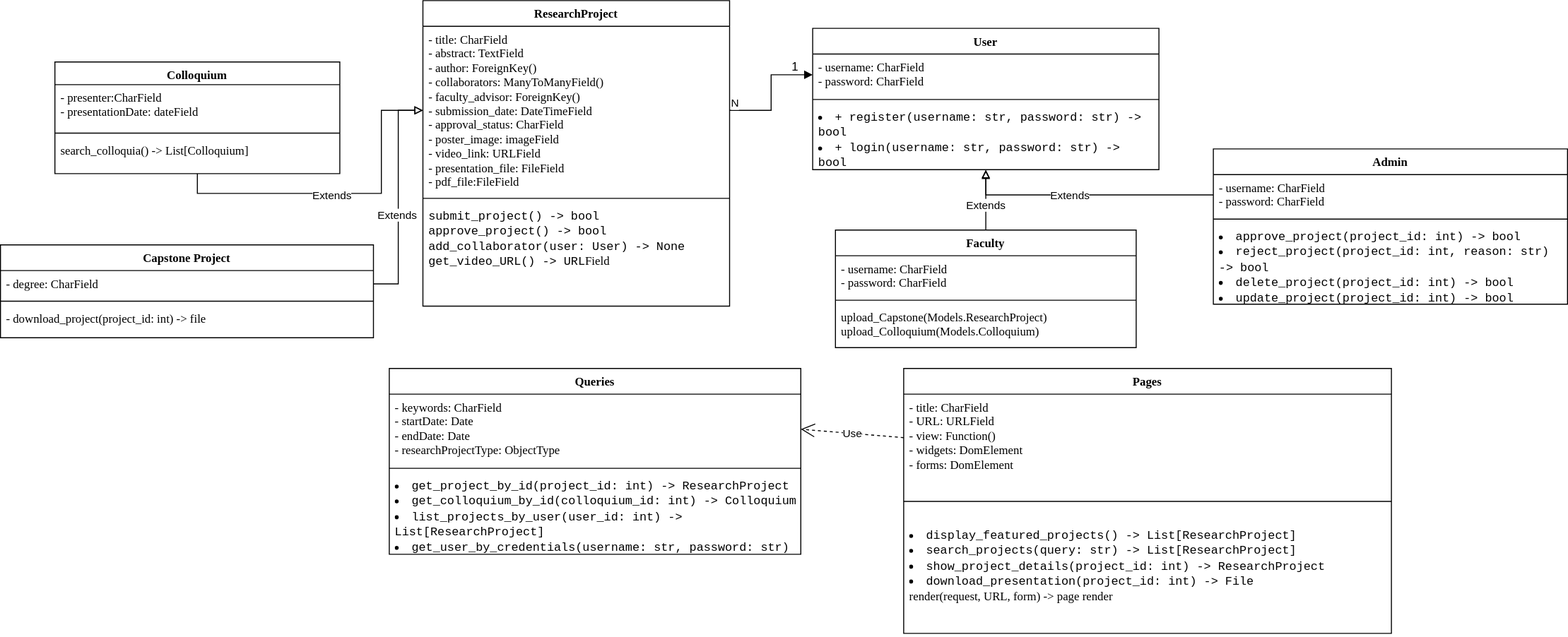
Before: deliverables/images/Analysis-UML.drawio.svg, a diagram exported from draw.io (Naalu/ds-senior-capstone-projects-website). Source tidied: cells renumbered, new cells last; positions are measured from the earlier drawing's top-left corner, leaving out a move shared by most shapes.
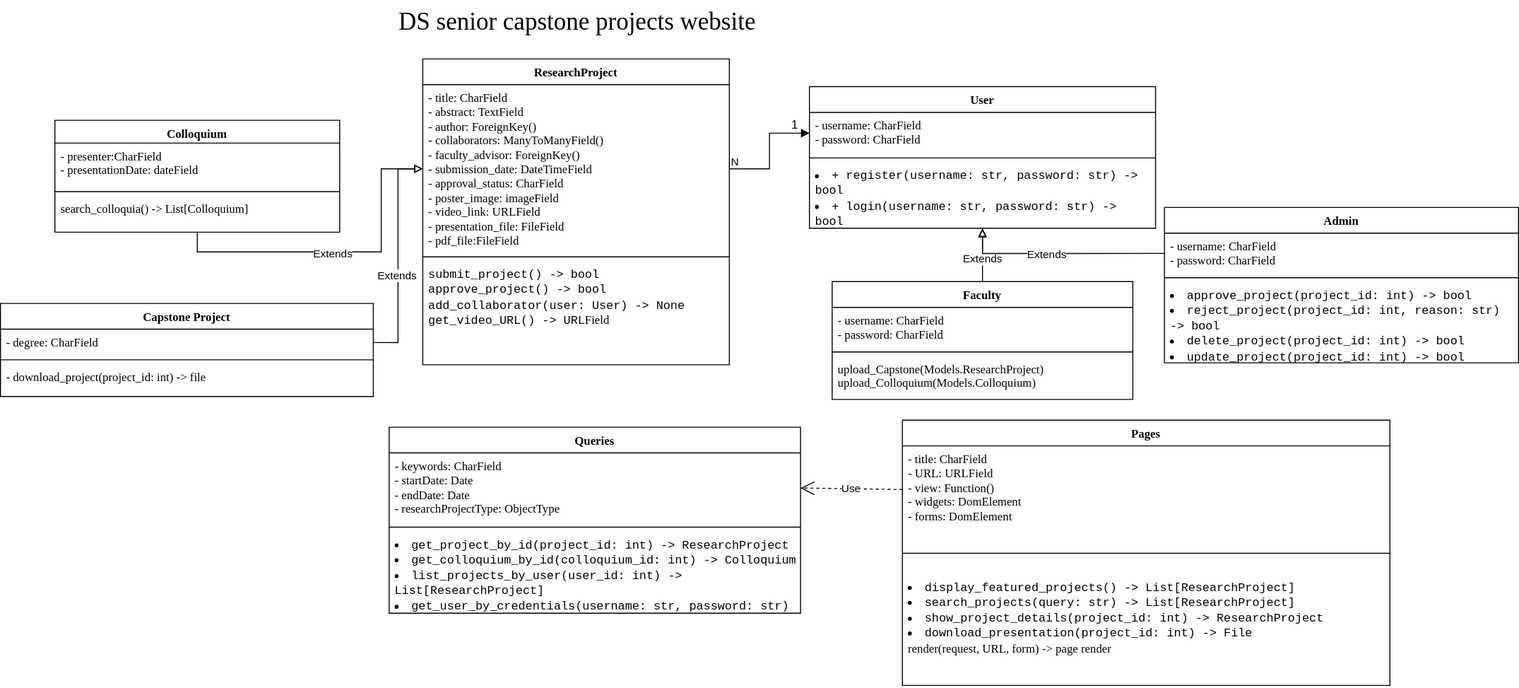
After the change.

Commit message:
UML finished

Change to the diagram source:
```diff
@@ -5,9 +5,9 @@
     <mxCell id="2" style="edgeStyle=orthogonalEdgeStyle;rounded=0;jettySize=auto;html=1;exitX=0.5;exitY=1;exitDx=0;exitDy=0;endArrow=block;endFill=0;entryX=0;entryY=0.5;entryDx=0;entryDy=0;" parent="1" edge="1" source="4" target="25">
       <mxGeometry relative="1" as="geometry" />
     </mxCell>
-    <mxCell id="3" value="Extends" style="edgeLabel;html=1;align=center;verticalAlign=middle;" parent="2" vertex="1">
-      <mxGeometry x="-0.06" y="-1" relative="1" as="geometry" />
-    </mxCell>
+    <mxCell id="46" value="Extends" style="edgeLabel;html=1;align=center;verticalAlign=middle;" parent="2" vertex="1">
+      <mxGeometry x="-0.06" y="-1" relative="1" as="geometry" />
+    </mxCell>
     <mxCell id="4" value="Colloquium" style="swimlane;fontStyle=1;align=center;verticalAlign=top;horizontal=1;startSize=23;whiteSpace=wrap;html=1;fontFamily=Lucida Console;" parent="1" vertex="1">
       <mxGeometry x="55" y="62" width="288" height="113" as="geometry" />
     </mxCell>
@@ -21,7 +21,7 @@
       <mxGeometry y="76" width="288" height="37" as="geometry" />
     </mxCell>
     <mxCell id="8" value="User" style="swimlane;fontStyle=1;align=center;verticalAlign=top;horizontal=1;startSize=26;whiteSpace=wrap;html=1;fontFamily=Lucida Console;" parent="1" vertex="1">
-      <mxGeometry x="821" y="28" width="350" height="143" as="geometry" />
+      <mxGeometry x="818" y="28" width="350" height="143" as="geometry" />
     </mxCell>
     <mxCell id="9" value="&lt;div&gt;- username: CharField&lt;/div&gt;&lt;div&gt;- password: CharField&lt;/div&gt;&lt;div&gt;&lt;br&gt;&lt;/div&gt;" style="text;strokeColor=none;fillColor=none;align=left;verticalAlign=top;spacingLeft=4;spacingRight=4;overflow=hidden;points=[[0,0.5],[1,0.5]];portConstraint=eastwest;whiteSpace=wrap;html=1;fontFamily=Lucida Console;" parent="8" vertex="1">
       <mxGeometry y="26" width="350" height="42" as="geometry" />
@@ -35,11 +35,11 @@
     <mxCell id="12" style="edgeStyle=orthogonalEdgeStyle;rounded=0;jettySize=auto;html=1;exitX=0.5;exitY=0;exitDx=0;exitDy=0;entryX=0.5;entryY=1;entryDx=0;entryDy=0;endArrow=block;endFill=0;" parent="1" edge="1" source="14" target="8">
       <mxGeometry relative="1" as="geometry" />
     </mxCell>
-    <mxCell id="13" value="Extends" style="edgeLabel;html=1;align=center;verticalAlign=middle;" parent="12" vertex="1">
-      <mxGeometry x="-0.13" y="1" relative="1" as="geometry" />
-    </mxCell>
+    <mxCell id="47" value="Extends" style="edgeLabel;html=1;align=center;verticalAlign=middle;" parent="12" vertex="1">
+      <mxGeometry x="-0.13" y="1" relative="1" as="geometry" />
+    </mxCell>
     <mxCell id="14" value="Faculty" style="swimlane;fontStyle=1;align=center;verticalAlign=top;horizontal=1;startSize=26;whiteSpace=wrap;html=1;fontFamily=Lucida Console;" parent="1" vertex="1">
-      <mxGeometry x="844" y="232" width="304" height="119" as="geometry" />
+      <mxGeometry x="841" y="225" width="304" height="119" as="geometry" />
     </mxCell>
     <mxCell id="15" value="&lt;div&gt;- username: CharField&lt;/div&gt;&lt;div&gt;- password: CharField&lt;/div&gt;" style="text;strokeColor=none;fillColor=none;align=left;verticalAlign=top;spacingLeft=4;spacingRight=4;overflow=hidden;whiteSpace=wrap;html=1;fontFamily=Lucida Console;" parent="14" vertex="1">
       <mxGeometry y="26" width="304" height="41" as="geometry" />
@@ -53,11 +53,11 @@
     <mxCell id="18" style="edgeStyle=orthogonalEdgeStyle;rounded=0;jettySize=auto;html=1;exitX=0;exitY=0.5;exitDx=0;exitDy=0;entryX=0.5;entryY=1.012;entryDx=0;entryDy=0;entryPerimeter=0;endArrow=block;endFill=0;" parent="1" edge="1" source="21" target="11">
       <mxGeometry relative="1" as="geometry" />
     </mxCell>
-    <mxCell id="19" value="Extends" style="edgeLabel;html=1;align=center;verticalAlign=middle;" parent="18" vertex="1">
-      <mxGeometry x="0.15" relative="1" as="geometry" />
-    </mxCell>
+    <mxCell id="48" value="Extends" style="edgeLabel;html=1;align=center;verticalAlign=middle;" parent="18" vertex="1">
+      <mxGeometry x="0.15" relative="1" as="geometry" />
+    </mxCell>
     <mxCell id="20" value="Admin" style="swimlane;fontStyle=1;align=center;verticalAlign=top;horizontal=1;startSize=26;whiteSpace=wrap;html=1;fontFamily=Lucida Console;" parent="1" vertex="1">
-      <mxGeometry x="1226" y="150" width="358" height="157" as="geometry" />
+      <mxGeometry x="1177" y="150" width="358" height="157" as="geometry" />
     </mxCell>
     <mxCell id="21" value="&lt;div&gt;- username: CharField&lt;/div&gt;&lt;div&gt;- password: CharField&lt;/div&gt;" style="text;strokeColor=none;fillColor=none;align=left;verticalAlign=top;spacingLeft=4;spacingRight=4;overflow=hidden;points=[[0,0.5],[1,0.5]];portConstraint=eastwest;whiteSpace=wrap;html=1;fontFamily=Lucida Console;" parent="20" vertex="1">
       <mxGeometry y="26" width="358" height="41" as="geometry" />
@@ -81,7 +81,7 @@
       <mxGeometry y="204" width="310" height="105" as="geometry" />
     </mxCell>
     <mxCell id="28" value="Pages " style="swimlane;fontStyle=1;align=center;verticalAlign=top;horizontal=1;startSize=26;whiteSpace=wrap;html=1;fontFamily=Lucida Console;" parent="1" vertex="1">
-      <mxGeometry x="913" y="372" width="493" height="268" as="geometry" />
+      <mxGeometry x="912" y="365" width="493" height="268" as="geometry" />
     </mxCell>
     <mxCell id="29" value="&lt;div&gt;- title: CharField&lt;/div&gt;&lt;div&gt;- URL: URLField&lt;/div&gt;&lt;div&gt;- view: Function()&lt;/div&gt;&lt;div&gt;- widgets: DomElement &lt;br&gt;&lt;/div&gt;&lt;div&gt;- forms: DomElement&lt;/div&gt;" style="text;strokeColor=none;fillColor=none;align=left;verticalAlign=top;spacingLeft=4;spacingRight=4;overflow=hidden;points=[[0,0.5],[1,0.5]];portConstraint=eastwest;whiteSpace=wrap;html=1;fontFamily=Lucida Console;" parent="28" vertex="1">
       <mxGeometry y="26" width="493" height="88" as="geometry" />
@@ -107,9 +107,9 @@
     <mxCell id="36" style="edgeStyle=orthogonalEdgeStyle;rounded=0;jettySize=auto;html=1;exitX=1;exitY=0.5;exitDx=0;exitDy=0;entryX=0;entryY=0.5;entryDx=0;entryDy=0;endArrow=block;endFill=0;" parent="1" edge="1" source="39" target="25">
       <mxGeometry relative="1" as="geometry" />
     </mxCell>
-    <mxCell id="37" value="Extends" style="edgeLabel;html=1;align=center;verticalAlign=middle;" parent="36" vertex="1">
-      <mxGeometry x="-0.16" y="2" relative="1" as="geometry" />
-    </mxCell>
+    <mxCell id="49" value="Extends" style="edgeLabel;html=1;align=center;verticalAlign=middle;" parent="36" vertex="1">
+      <mxGeometry x="-0.16" y="2" relative="1" as="geometry" />
+    </mxCell>
     <mxCell id="38" value="&lt;div&gt;Capstone Project&lt;/div&gt;&lt;div&gt;&lt;br&gt;&lt;/div&gt;" style="swimlane;fontStyle=1;align=center;verticalAlign=top;horizontal=1;startSize=26;whiteSpace=wrap;html=1;fontFamily=Lucida Console;" parent="1" vertex="1">
       <mxGeometry y="247" width="377" height="94" as="geometry" />
     </mxCell>
@@ -134,5 +134,8 @@
     <mxCell id="45" value="1" style="text;html=1;align=center;verticalAlign=middle;strokeColor=none;fillColor=none;" parent="1" vertex="1">
       <mxGeometry x="790" y="54" width="25" height="26" as="geometry" />
     </mxCell>
+    <mxCell id="50" value="&lt;font style=&quot;font-size: 25px;&quot;&gt;DS senior capstone projects website&lt;/font&gt;" style="text;html=1;align=center;verticalAlign=middle;strokeColor=none;fillColor=none;fontSize=16;fontFamily=Lucida Console;" parent="1" vertex="1">
+      <mxGeometry x="310.5" y="-59" width="545" height="42" as="geometry" />
+    </mxCell>
   </root>
 </mxGraphModel>
```
